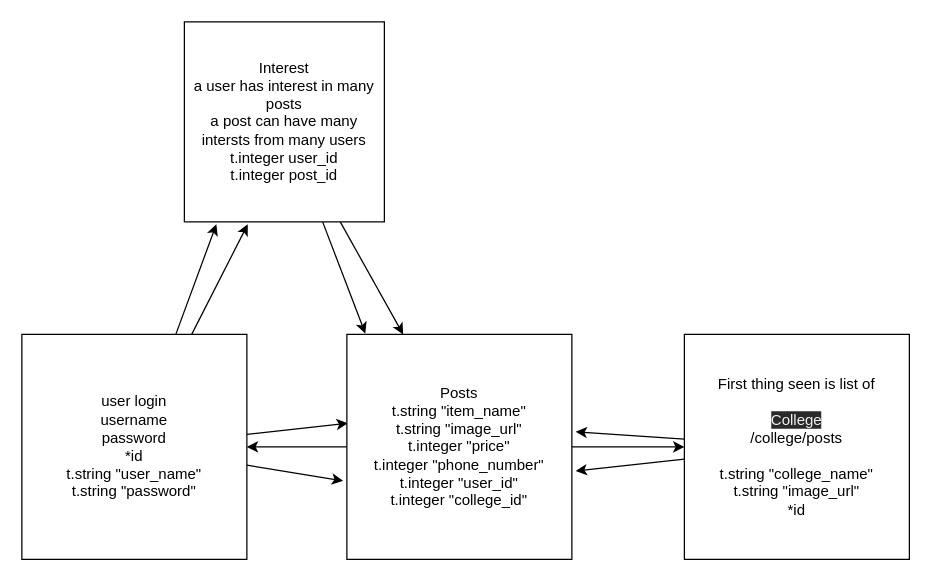
This is test.svg.drawio from KotaUeshima/college_marketplace_b, a draw.io file, before an edit. Source tidied: cells renumbered, new cells numbered last; positions are measured from the earlier drawing's top-left corner, leaving out a move shared by most shapes. Both pictures are drawn from the tidied source at 125%, with x=0, y=0 at pixel (21, 21).
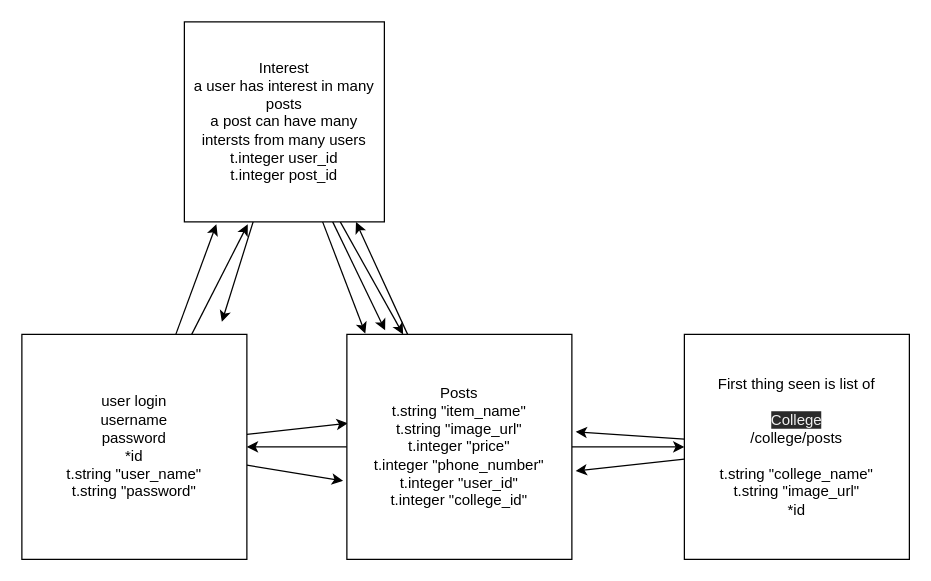
After the change.

The change refers to these unchanged cells:
```xml
<mxCell id="10" value="Posts&lt;br&gt;t.string &quot;item_name&quot;&lt;br&gt;t.string &quot;image_url&quot;&lt;br&gt;t.integer &quot;price&quot;&lt;br&gt;t.integer &quot;phone_number&quot;&lt;br&gt;t.integer &quot;user_id&quot;&lt;br&gt;t.integer &quot;college_id&quot;" style="whiteSpace=wrap;html=1;" parent="1" vertex="1">
  <mxGeometry x="260" y="250" width="180" height="180" as="geometry" />
</mxCell>
<mxCell id="16" value="Interest&lt;br&gt;a user has interest in many posts&lt;br&gt;a post can have many intersts from many users&lt;br&gt;t.integer user_id&lt;br&gt;t.integer post_id" style="whiteSpace=wrap;html=1;" parent="1" vertex="1">
  <mxGeometry x="130" width="160" height="160" as="geometry" />
</mxCell>
```

What changed in the source:
```diff
@@
+    <mxCell id="17" style="edgeStyle=none;html=1;entryX=0.858;entryY=1.001;entryDx=0;entryDy=0;entryPerimeter=0;" parent="1" edge="1" source="10" target="16">
+      <mxGeometry relative="1" as="geometry" />
+    </mxCell>
@@
+    <mxCell id="18" style="edgeStyle=none;html=1;" parent="1" edge="1" source="16">
+      <mxGeometry relative="1" as="geometry">
+        <mxPoint x="160" y="240" as="targetPoint" />
+      </mxGeometry>
+    </mxCell>
+    <mxCell id="19" style="edgeStyle=none;html=1;entryX=0.17;entryY=-0.018;entryDx=0;entryDy=0;entryPerimeter=0;" parent="1" edge="1" source="16" target="10">
+      <mxGeometry relative="1" as="geometry" />
+    </mxCell>
```
